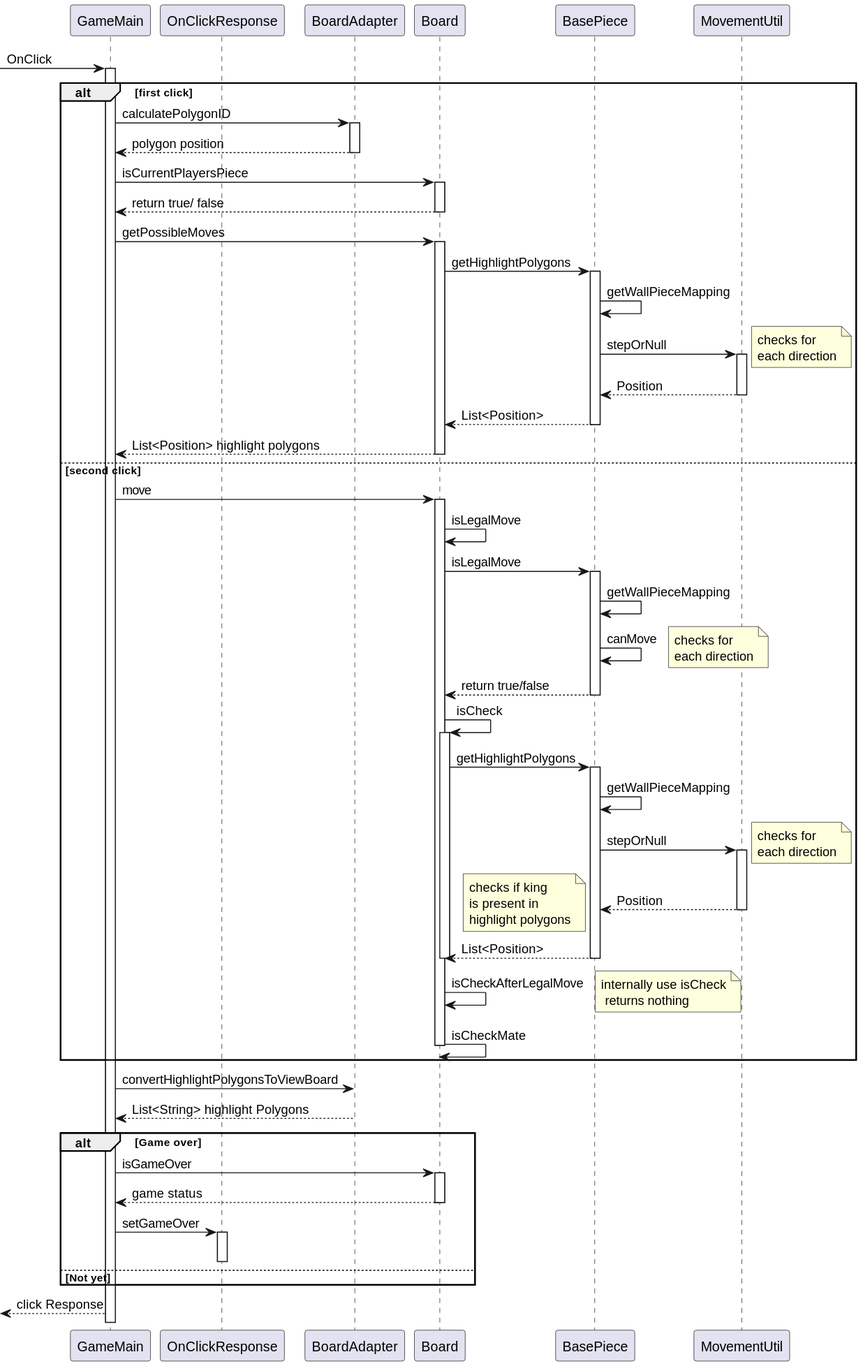
The PlantUML diagram documentation/images/newGameSequenceDiagram.svg in ShashankSinha98/3-Player-Chess, before a commit. The source it was exported from:
```plantuml
@startuml
participant GameMain
participant OnClickResponse
->GameMain: OnClick
activate GameMain
alt first click
GameMain->BoardAdapter: calculatePolygonID
activate BoardAdapter
BoardAdapter-->GameMain: polygon position
deactivate BoardAdapter
GameMain->Board: isCurrentPlayersPiece
activate Board
Board-->GameMain: return true/ false
deactivate Board
GameMain->Board: getPossibleMoves
activate Board
Board->BasePiece: getHighlightPolygons
activate BasePiece
BasePiece->BasePiece: getWallPieceMapping
BasePiece->MovementUtil: stepOrNull
note right: checks for \neach direction
activate MovementUtil
BasePiece<--MovementUtil: Position
deactivate MovementUtil
Board<--BasePiece: List<Position>
deactivate BasePiece
GameMain<--Board: List<Position> highlight polygons
deactivate Board
else second click
GameMain->Board: move
activate Board
Board->Board: isLegalMove
Board->BasePiece: isLegalMove
activate BasePiece
BasePiece->BasePiece: getWallPieceMapping
BasePiece->BasePiece: canMove
note right: checks for \neach direction
Board<--BasePiece: return true/false
deactivate BasePiece
Board->Board: isCheck
activate Board
Board->BasePiece: getHighlightPolygons
activate BasePiece
BasePiece->BasePiece: getWallPieceMapping
BasePiece->MovementUtil: stepOrNull
note right: checks for \neach direction
activate MovementUtil
BasePiece<--MovementUtil: Position
deactivate MovementUtil
note left: checks if king \nis present in \nhighlight polygons
Board<--BasePiece: List<Position>
deactivate Board
deactivate BasePiece
Board->Board: isCheckAfterLegalMove
note right: internally use isCheck\n returns nothing
Board->Board: isCheckMate
deactivate Board

end
GameMain->BoardAdapter: convertHighlightPolygonsToViewBoard
GameMain<--BoardAdapter: List<String> highlight Polygons
alt Game over
GameMain->Board: isGameOver
activate Board
GameMain<--Board: game status
deactivate Board
GameMain->OnClickResponse: setGameOver
activate OnClickResponse
deactivate OnClickResponse
else Not yet
end
<--GameMain: click Response


@enduml
```
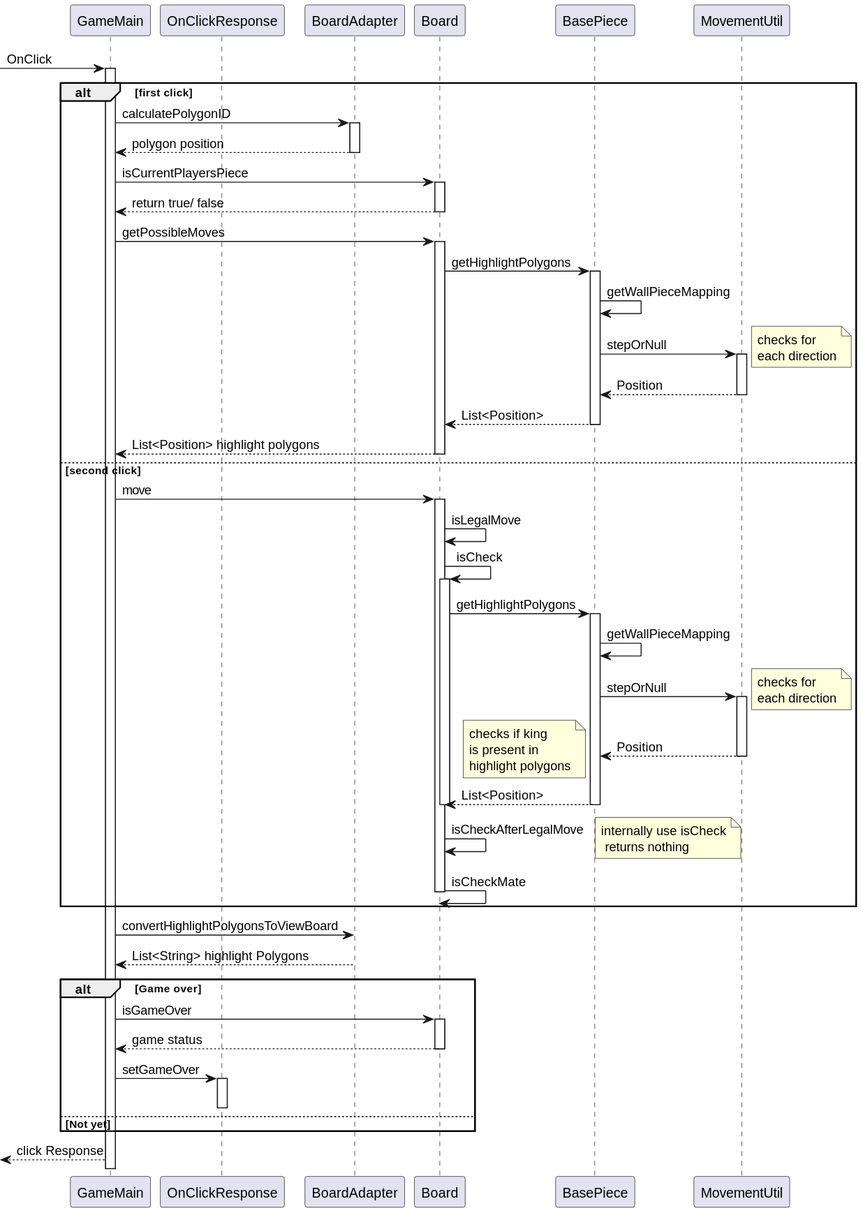
Above is the later version.

The edit, as a diff of the source:
```diff
@@ -30,13 +30,6 @@
 GameMain->Board: move
 activate Board
 Board->Board: isLegalMove
-Board->BasePiece: isLegalMove
-activate BasePiece
-BasePiece->BasePiece: getWallPieceMapping
-BasePiece->BasePiece: canMove
-note right: checks for \neach direction
-Board<--BasePiece: return true/false
-deactivate BasePiece
 Board->Board: isCheck
 activate Board
 Board->BasePiece: getHighlightPolygons
@@ -55,7 +48,6 @@
 note right: internally use isCheck\n returns nothing
 Board->Board: isCheckMate
 deactivate Board
-
 end
 GameMain->BoardAdapter: convertHighlightPolygonsToViewBoard
 GameMain<--BoardAdapter: List<String> highlight Polygons
@@ -70,6 +62,4 @@
 else Not yet
 end
 <--GameMain: click Response
-
-
 @enduml
```
